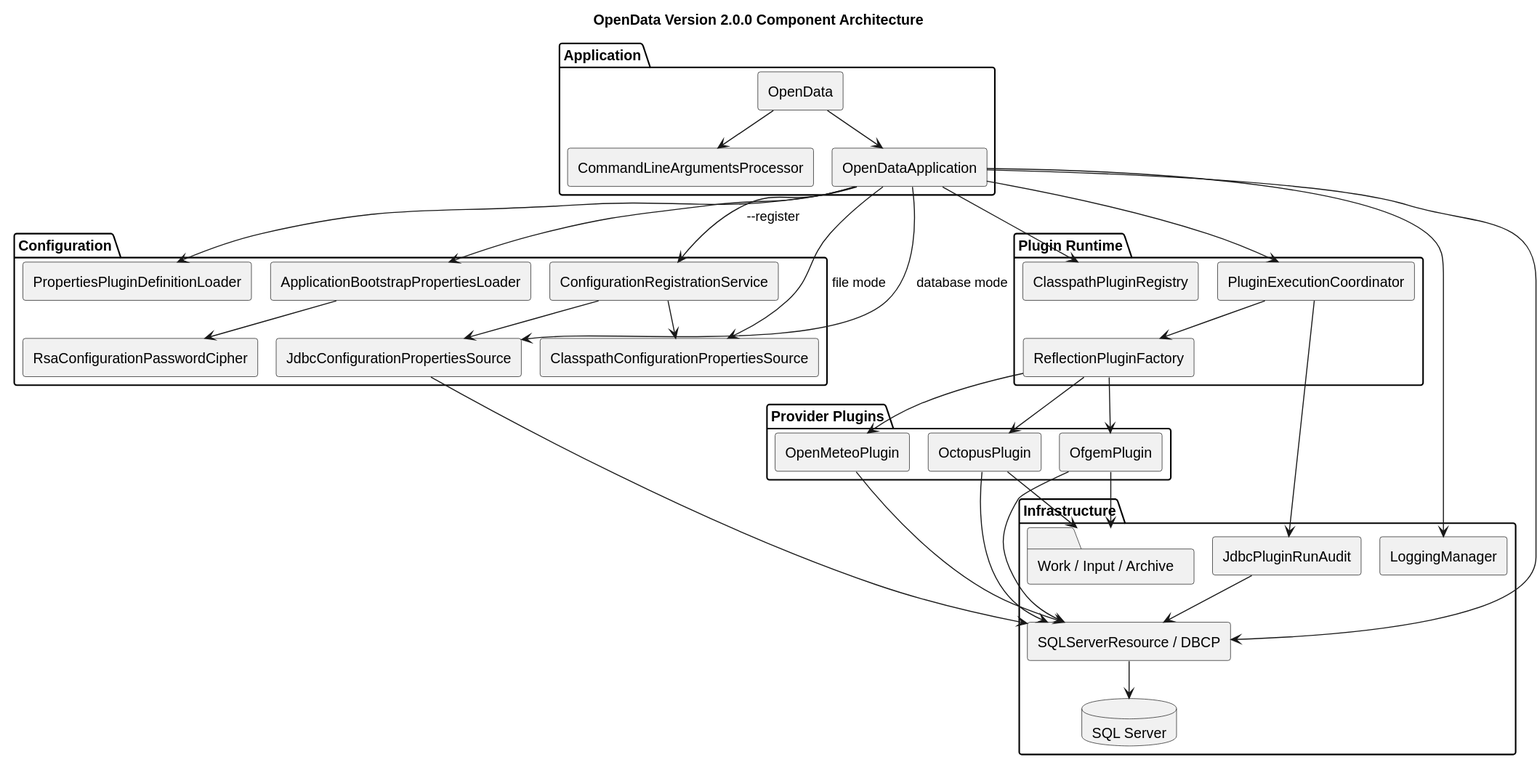
This is docs/diagrams/generated/component-architecture.svg from TerryCurranZellis/OpenData, a PlantUML export, as it was before one commit. Its source is kept beside it as docs/diagrams/source/component-architecture.puml.
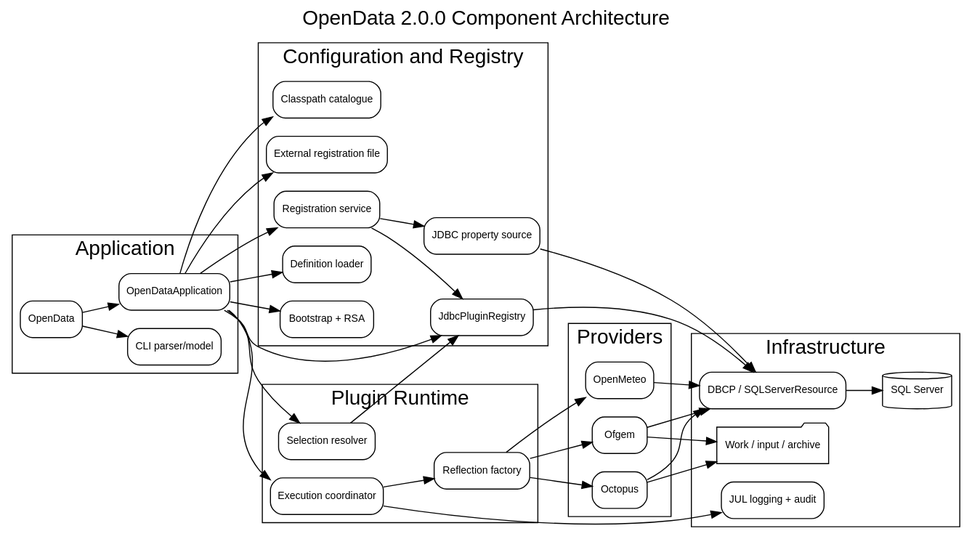
Later version of the same file.

The edit, as a diff of the source:
```diff
@@ -2,34 +2,32 @@
 !pragma layout smetana
 title OpenData Version 2.0.0 Component Architecture
 skinparam componentStyle rectangle
-
 package "Application" {
   [OpenData] as Entry
   [CommandLineArgumentsProcessor] as CLI
   [OpenDataApplication] as App
 }
-
-package "Configuration" {
+package "Configuration and Registry" {
   [ApplicationBootstrapPropertiesLoader] as Bootstrap
   [RsaConfigurationPasswordCipher] as Cipher
+  [ClasspathPluginRegistry
+Registration Catalogue] as Catalogue
+  [PropertiesFileConfigurationPropertiesSource] as External
   [ConfigurationRegistrationService] as Register
-  [ClasspathConfigurationPropertiesSource] as FileSource
+  [JdbcPluginRegistry] as Registry
   [JdbcConfigurationPropertiesSource] as DbSource
   [PropertiesPluginDefinitionLoader] as Definitions
 }
-
 package "Plugin Runtime" {
-  [ClasspathPluginRegistry] as Registry
+  [PluginSelectionResolver] as Selection
   [ReflectionPluginFactory] as Factory
   [PluginExecutionCoordinator] as Coordinator
 }
-
 package "Provider Plugins" {
   [OfgemPlugin] as Ofgem
   [OpenMeteoPlugin] as Meteo
   [OctopusPlugin] as Octopus
 }
-
 package "Infrastructure" {
   [LoggingManager] as Logging
   [JdbcPluginRunAudit] as Audit
@@ -37,26 +35,27 @@
   database "SQL Server" as Database
   folder "Work / Input / Archive" as Files
 }
-
 Entry --> CLI
 Entry --> App
 App --> Bootstrap
 Bootstrap --> Cipher
-App --> Register : --register
-Register --> FileSource
+App --> Catalogue : packaged registration
+App --> External : external registration
+App --> Register
+Register --> Registry
 Register --> DbSource
-App --> Registry
-App --> FileSource : file mode
-App --> DbSource : database mode
+App --> Registry : list/admin/run
+App --> Selection
+Selection --> Registry
 App --> Definitions
 App --> Coordinator
 Coordinator --> Factory
 Factory --> Ofgem
 Factory --> Meteo
 Factory --> Octopus
+Coordinator --> Audit
 App --> Logging
-Coordinator --> Audit
-App --> Pool
+Registry --> Pool
 DbSource --> Pool
 Audit --> Pool
 Ofgem --> Pool
```
